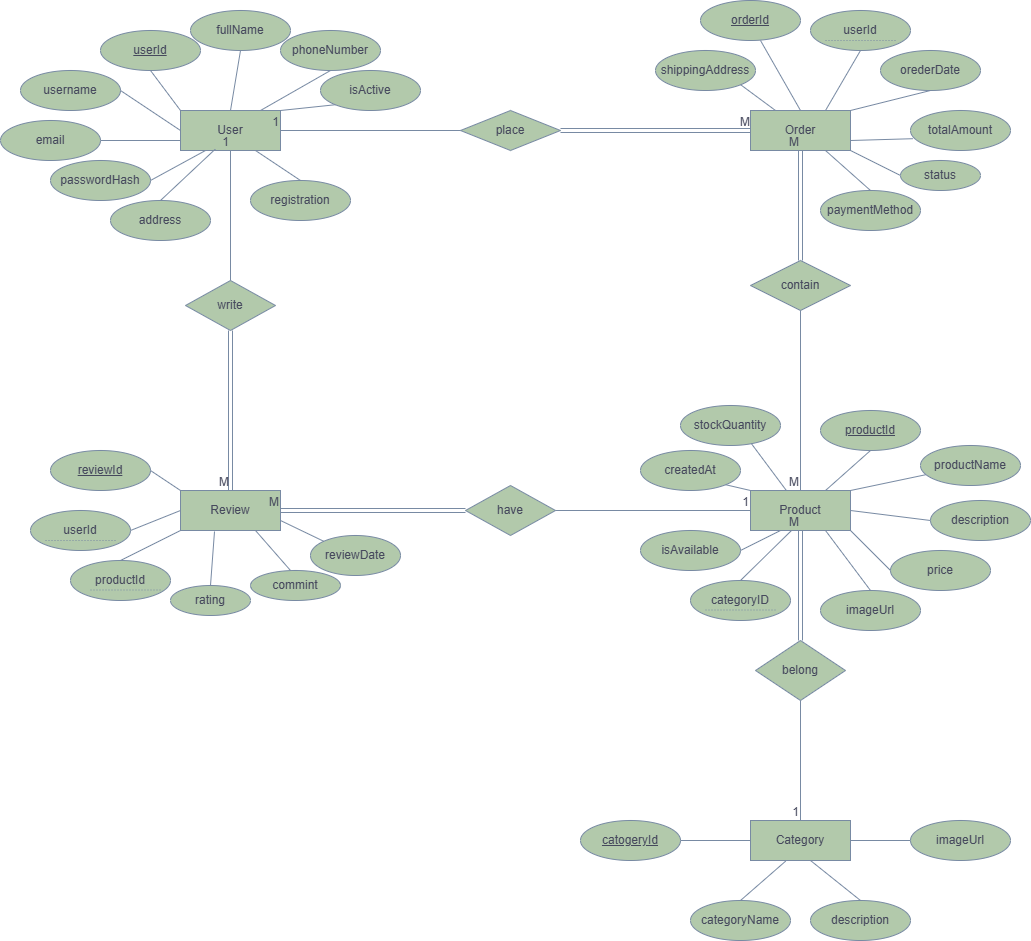
The draw.io diagram E-commerce-system-ERD.drawio.png in faljabri09-blip/University-System-ERD-Models, before a commit. Source tidied: cells renumbered, new cells last; positions are measured from the earlier drawing's top-left corner, leaving out a move shared by most shapes.
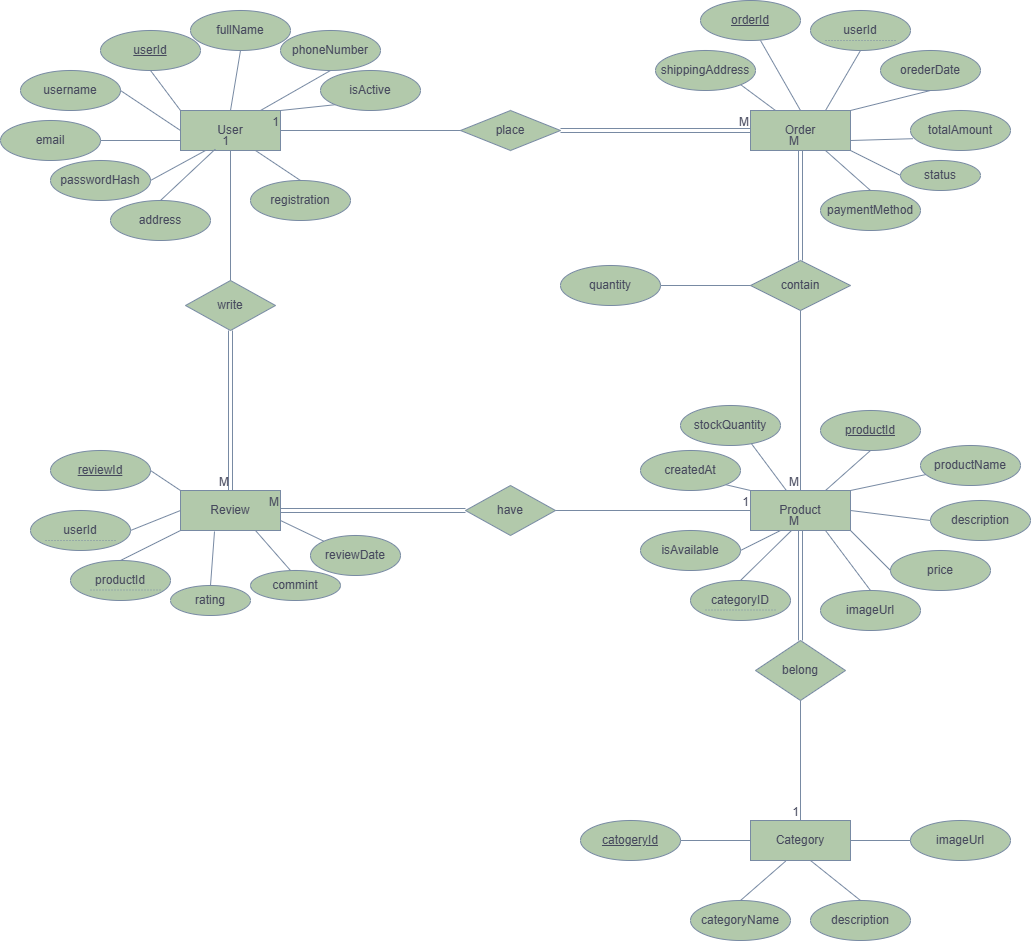
Above is the later version.

Commit message:
modify in ERD + productOrder class

Change to the diagram source:
```diff
@@ -372,5 +372,11 @@
     <mxCell id="114" style="endArrow=none;html=1;rounded=0;entryX=0;entryY=0;entryDx=0;entryDy=0;exitX=1;exitY=0.75;exitDx=0;exitDy=0;labelBackgroundColor=none;strokeColor=#788AA3;fontColor=default;" parent="1" edge="1" source="4" target="98">
       <mxGeometry relative="1" as="geometry" />
     </mxCell>
+    <mxCell id="115" value="quantity" style="ellipse;whiteSpace=wrap;html=1;align=center;labelBackgroundColor=none;fillColor=#B2C9AB;strokeColor=#788AA3;fontColor=#46495D;" parent="1" vertex="1">
+      <mxGeometry x="560" y="265" width="100" height="40" as="geometry" />
+    </mxCell>
+    <mxCell id="116" style="endArrow=none;html=1;rounded=0;exitX=0;exitY=0.5;exitDx=0;exitDy=0;entryX=1;entryY=0.5;entryDx=0;entryDy=0;labelBackgroundColor=none;strokeColor=#788AA3;fontColor=default;" parent="1" edge="1" source="9" target="115">
+      <mxGeometry relative="1" as="geometry" />
+    </mxCell>
   </root>
 </mxGraphModel>
```
